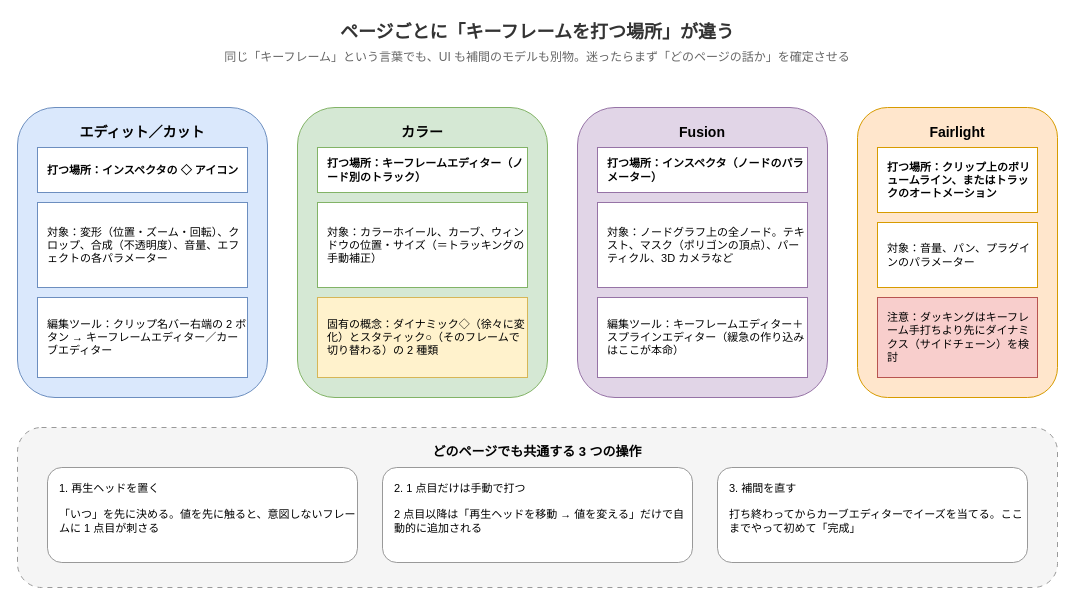
Above: static/images/davinci-resolve-keyframe-pages.drawio in hdknr/blogs (draw.io), before the change. Source tidied: cells renumbered, new cells numbered last; positions are measured from the earlier drawing's top-left corner, leaving out a move shared by most shapes. Both pictures are drawn from the tidied source at 100%, with x=0, y=0 at pixel (17, 17).
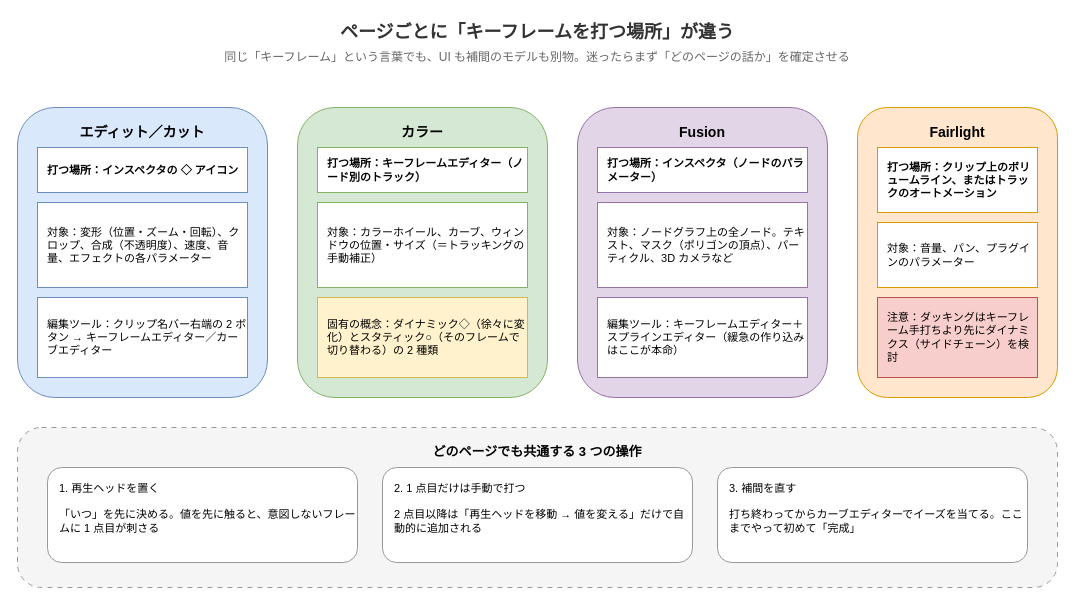
The same page after the edit.

Commit message (it also covers changes not shown here):
Add keyframe reuse, retiming, motion blur and loop sections

Change to the diagram source:
```diff
@@
-    <mxCell id="6" value="対象：変形（位置・ズーム・回転）、クロップ、合成（不透明度）、音量、エフェクトの各パラメーター" style="rounded=0;whiteSpace=wrap;html=1;fillColor=#ffffff;strokeColor=#6c8ebf;fontSize=11;align=left;spacingLeft=8;" parent="1" vertex="1">
+    <mxCell id="6" value="対象：変形（位置・ズーム・回転）、クロップ、合成（不透明度）、速度、音量、エフェクトの各パラメーター" style="rounded=0;whiteSpace=wrap;html=1;fillColor=#ffffff;strokeColor=#6c8ebf;fontSize=11;align=left;spacingLeft=8;" parent="1" vertex="1">
       <mxGeometry x="20" y="185" width="210" height="85" as="geometry" />
     </mxCell>
```
